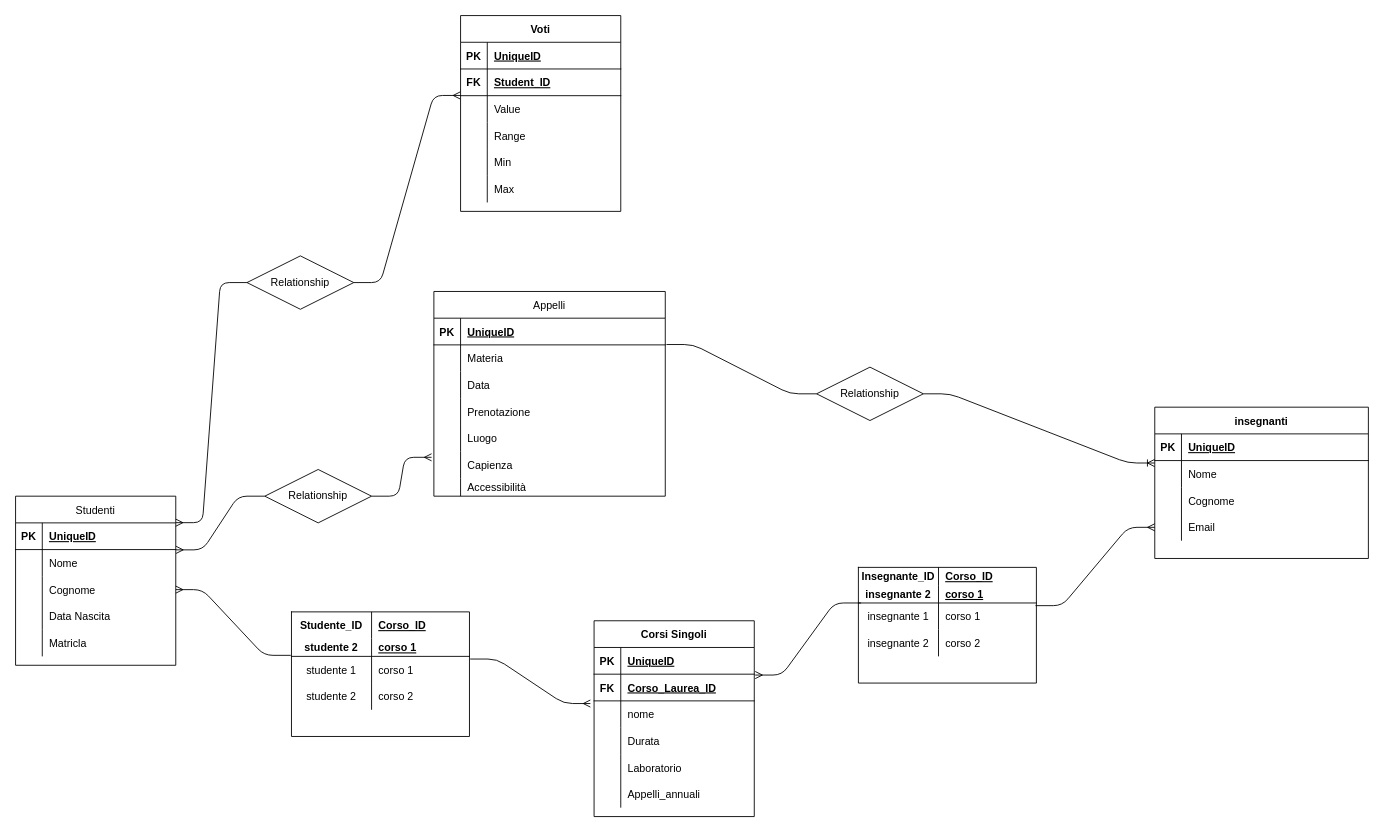
Nicola-Perera/db-university keeps this draw.io diagram as db-university.drawio. Above is the earlier version. Source tidied: cells renumbered, new cells numbered last; positions are measured from the earlier drawing's top-left corner, leaving out a move shared by most shapes. Both pictures are drawn from the tidied source at 89%, with x=0, y=0 at pixel (15, 15).
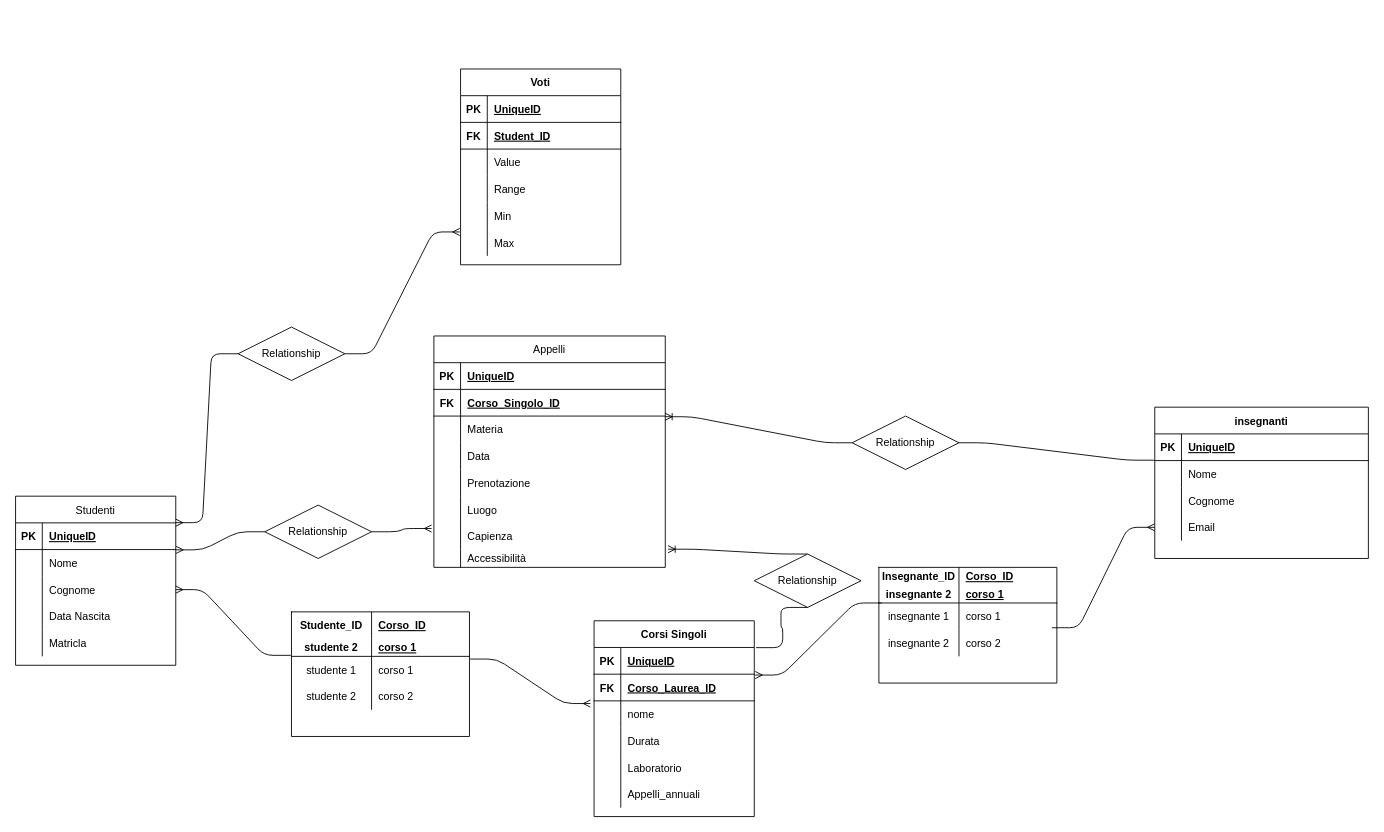
The same diagram, later.

Commit message:
connect "corsi singoli" with "appelli"

Unchanged cells that the change refers to:
```xml
<mxCell id="50" style="shape=partialRectangle;fillColor=none;top=0;left=0;bottom=0;right=0;points=[[0,0.5],[1,0.5]];portConstraint=eastwest;" parent="43" vertex="1">
  <mxGeometry y="90" width="180" height="30" as="geometry" />
</mxCell>
<mxCell id="56" style="shape=partialRectangle;fillColor=none;top=0;left=0;bottom=0;right=0;points=[[0,0.5],[1,0.5]];portConstraint=eastwest;" parent="43" vertex="1">
  <mxGeometry y="150" width="180" height="30" as="geometry" />
</mxCell>
<mxCell id="66" style="shape=partialRectangle;fillColor=none;top=0;left=0;bottom=1;right=0;points=[[0,0.5],[1,0.5]];portConstraint=eastwest;" parent="65" vertex="1">
  <mxGeometry y="30" width="240" height="30" as="geometry" />
</mxCell>
<mxCell id="69" style="shape=partialRectangle;fillColor=none;top=0;left=0;bottom=0;right=0;points=[[0,0.5],[1,0.5]];portConstraint=eastwest;" parent="65" vertex="1">
  <mxGeometry y="60" width="240" height="30" as="geometry" />
</mxCell>
<mxCell id="75" style="shape=partialRectangle;fillColor=none;top=0;left=0;bottom=0;right=0;points=[[0,0.5],[1,0.5]];portConstraint=eastwest;" parent="65" vertex="1">
  <mxGeometry y="120" width="240" height="30" as="geometry" />
</mxCell>
<mxCell id="82" style="shape=partialRectangle;fillColor=none;top=0;left=0;bottom=1;right=0;points=[[0,0.5],[1,0.5]];portConstraint=eastwest;" parent="81" vertex="1">
  <mxGeometry y="30" width="180" height="30" as="geometry" />
</mxCell>
<mxCell id="122" style="shape=partialRectangle;fillColor=none;top=0;left=0;bottom=0;right=0;points=[[0,0.5],[1,0.5]];portConstraint=eastwest;" parent="115" vertex="1">
  <mxGeometry y="40" width="200" height="30" as="geometry" />
</mxCell>
<mxCell id="125" style="shape=partialRectangle;fillColor=none;top=0;left=0;bottom=0;right=0;points=[[0,0.5],[1,0.5]];portConstraint=eastwest;" parent="115" vertex="1">
  <mxGeometry y="70" width="200" height="30" as="geometry" />
</mxCell>
```

The edit, as a diff of the source:
```diff
@@
     <mxCell id="2" value="Appelli" style="shape=table;startSize=30;childLayout=tableLayout;rowLines=0;fontStyle=0;align=center;" parent="1" vertex="1">
-      <mxGeometry x="470" y="310" width="260" height="230" as="geometry" />
+      <mxGeometry x="470" y="360" width="260" height="260" as="geometry" />
     </mxCell>
@@
+    <mxCell id="130" style="shape=partialRectangle;fillColor=none;top=0;left=0;bottom=1;right=0;" parent="2" vertex="1">
+      <mxGeometry y="60" width="260" height="30" as="geometry" />
+    </mxCell>
+    <mxCell id="131" value="FK" style="shape=partialRectangle;fillColor=none;top=0;left=0;bottom=0;right=0;fontStyle=1;overflow=hidden;" parent="130" vertex="1">
+      <mxGeometry width="30" height="30" as="geometry" />
+    </mxCell>
+    <mxCell id="132" value="Corso_Singolo_ID" style="shape=partialRectangle;fillColor=none;top=0;left=0;bottom=0;right=0;align=left;spacingLeft=6;fontStyle=5;overflow=hidden;" parent="130" vertex="1">
+      <mxGeometry x="30" width="230" height="30" as="geometry" />
+    </mxCell>
     <mxCell id="6" style="shape=partialRectangle;fillColor=none;top=0;left=0;bottom=0;right=0;points=[[0,0.5],[1,0.5]];portConstraint=eastwest;" parent="2" vertex="1">
-      <mxGeometry y="60" width="260" height="30" as="geometry" />
+      <mxGeometry y="90" width="260" height="30" as="geometry" />
     </mxCell>
@@
     <mxCell id="9" style="shape=partialRectangle;fillColor=none;top=0;left=0;bottom=0;right=0;" parent="2" vertex="1">
-      <mxGeometry y="90" width="260" height="30" as="geometry" />
+      <mxGeometry y="120" width="260" height="30" as="geometry" />
     </mxCell>
@@
     <mxCell id="12" style="shape=partialRectangle;fillColor=none;top=0;left=0;bottom=0;right=0;" parent="2" vertex="1">
-      <mxGeometry y="120" width="260" height="30" as="geometry" />
+      <mxGeometry y="150" width="260" height="30" as="geometry" />
     </mxCell>
@@
     <mxCell id="15" style="shape=partialRectangle;fillColor=none;top=0;left=0;bottom=0;right=0;" parent="2" vertex="1">
-      <mxGeometry y="150" width="260" height="30" as="geometry" />
+      <mxGeometry y="180" width="260" height="30" as="geometry" />
     </mxCell>
@@
     <mxCell id="18" style="shape=partialRectangle;fillColor=none;top=0;left=0;bottom=0;right=0;points=[[0,0.5],[1,0.5]];portConstraint=eastwest;" parent="2" vertex="1">
-      <mxGeometry y="180" width="260" height="30" as="geometry" />
+      <mxGeometry y="210" width="260" height="30" as="geometry" />
     </mxCell>
@@
     <mxCell id="21" style="shape=partialRectangle;fillColor=none;top=0;left=0;bottom=0;right=0;points=[[0,0.5],[1,0.5]];portConstraint=eastwest;" parent="2" vertex="1">
-      <mxGeometry y="210" width="260" height="20" as="geometry" />
+      <mxGeometry y="240" width="260" height="20" as="geometry" />
     </mxCell>
@@
     <mxCell id="41" value="Relationship" style="shape=rhombus;perimeter=rhombusPerimeter;whiteSpace=wrap;html=1;align=center;" parent="1" vertex="1">
-      <mxGeometry x="280" y="510" width="120" height="60" as="geometry" />
+      <mxGeometry x="280" y="550" width="120" height="60" as="geometry" />
     </mxCell>
@@
     <mxCell id="43" value="Voti" style="shape=table;startSize=30;childLayout=tableLayout;rowLines=0;fontStyle=1;align=center;" parent="1" vertex="1">
-      <mxGeometry x="500" width="180" height="220" as="geometry" />
+      <mxGeometry x="500" y="60" width="180" height="220" as="geometry" />
     </mxCell>
@@
-    <mxCell id="62" style="edgeStyle=entityRelationEdgeStyle;fontSize=12;html=1;endArrow=ERmany;startArrow=none;entryX=-0.002;entryY=-0.008;entryDx=0;entryDy=0;entryPerimeter=0;exitX=1;exitY=0.5;exitDx=0;exitDy=0;" parent="1" edge="1" source="63" target="50">
+    <mxCell id="62" style="edgeStyle=entityRelationEdgeStyle;fontSize=12;html=1;endArrow=ERmany;startArrow=none;entryX=-0.005;entryY=1.104;entryDx=0;entryDy=0;entryPerimeter=0;exitX=1;exitY=0.5;exitDx=0;exitDy=0;" parent="1" edge="1" source="63" target="56">
       <mxGeometry relative="1" as="geometry" />
     </mxCell>
     <mxCell id="63" value="Relationship" style="shape=rhombus;perimeter=rhombusPerimeter;whiteSpace=wrap;html=1;align=center;" parent="1" vertex="1">
-      <mxGeometry x="260" y="270" width="120" height="60" as="geometry" />
+      <mxGeometry x="250" y="350" width="120" height="60" as="geometry" />
     </mxCell>
@@
-    <mxCell id="78" style="edgeStyle=entityRelationEdgeStyle;fontSize=12;html=1;endArrow=ERoneToMany;entryX=-0.001;entryY=0.091;entryDx=0;entryDy=0;entryPerimeter=0;startArrow=none;exitX=1;exitY=0.5;exitDx=0;exitDy=0;" parent="1" edge="1" source="79" target="69">
+    <mxCell id="78" style="edgeStyle=entityRelationEdgeStyle;fontSize=12;html=1;endArrow=ERoneToMany;startArrow=none;exitX=0;exitY=0.5;exitDx=0;exitDy=0;entryX=0.999;entryY=0.025;entryDx=0;entryDy=0;entryPerimeter=0;" parent="1" edge="1" source="79" target="6">
       <mxGeometry relative="1" as="geometry" />
     </mxCell>
     <mxCell id="79" value="Relationship" style="shape=rhombus;perimeter=rhombusPerimeter;whiteSpace=wrap;html=1;align=center;" parent="1" vertex="1">
-      <mxGeometry x="900" y="395" width="120" height="60" as="geometry" />
+      <mxGeometry x="940" y="450" width="120" height="60" as="geometry" />
     </mxCell>
-    <mxCell id="80" style="edgeStyle=entityRelationEdgeStyle;fontSize=12;html=1;endArrow=none;exitX=1.005;exitY=-0.013;exitDx=0;exitDy=0;exitPerimeter=0;entryX=0;entryY=0.5;entryDx=0;entryDy=0;" parent="1" edge="1" source="6" target="79">
+    <mxCell id="80" style="edgeStyle=entityRelationEdgeStyle;fontSize=12;html=1;endArrow=none;exitX=-0.004;exitY=0.986;exitDx=0;exitDy=0;exitPerimeter=0;entryX=1;entryY=0.5;entryDx=0;entryDy=0;" parent="1" edge="1" source="66" target="79">
       <mxGeometry relative="1" as="geometry" />
     </mxCell>
@@
     <mxCell id="115" style="shape=table;startSize=0;childLayout=tableLayout;rowLines=0;fontStyle=1;align=center;" parent="1" vertex="1">
-      <mxGeometry x="947" y="620" width="200" height="130" as="geometry" />
+      <mxGeometry x="970" y="620" width="200" height="130" as="geometry" />
     </mxCell>
@@
-    <mxCell id="129" style="edgeStyle=entityRelationEdgeStyle;fontSize=12;html=1;endArrow=ERmany;entryX=0;entryY=0.5;entryDx=0;entryDy=0;exitX=0.995;exitY=0.1;exitDx=0;exitDy=0;exitPerimeter=0;" parent="1" edge="1" source="122" target="75">
+    <mxCell id="129" style="edgeStyle=entityRelationEdgeStyle;fontSize=12;html=1;endArrow=ERmany;entryX=0;entryY=0.5;entryDx=0;entryDy=0;exitX=0.972;exitY=-0.073;exitDx=0;exitDy=0;exitPerimeter=0;" parent="1" edge="1" source="125" target="75">
       <mxGeometry relative="1" as="geometry" />
     </mxCell>
+    <mxCell id="133" style="edgeStyle=entityRelationEdgeStyle;fontSize=12;html=1;endArrow=ERoneToMany;entryX=1.012;entryY=-0.021;entryDx=0;entryDy=0;entryPerimeter=0;exitX=0.5;exitY=0;exitDx=0;exitDy=0;startArrow=none;" parent="1" edge="1" source="134" target="21">
+      <mxGeometry relative="1" as="geometry" />
+    </mxCell>
+    <mxCell id="134" value="Relationship" style="shape=rhombus;perimeter=rhombusPerimeter;whiteSpace=wrap;html=1;align=center;" parent="1" vertex="1">
+      <mxGeometry x="830" y="605" width="120" height="60" as="geometry" />
+    </mxCell>
+    <mxCell id="135" style="edgeStyle=entityRelationEdgeStyle;fontSize=12;html=1;endArrow=none;entryX=0.5;entryY=1;entryDx=0;entryDy=0;exitX=1.011;exitY=0.006;exitDx=0;exitDy=0;exitPerimeter=0;" parent="1" edge="1" source="82" target="134">
+      <mxGeometry relative="1" as="geometry" />
+    </mxCell>
```
